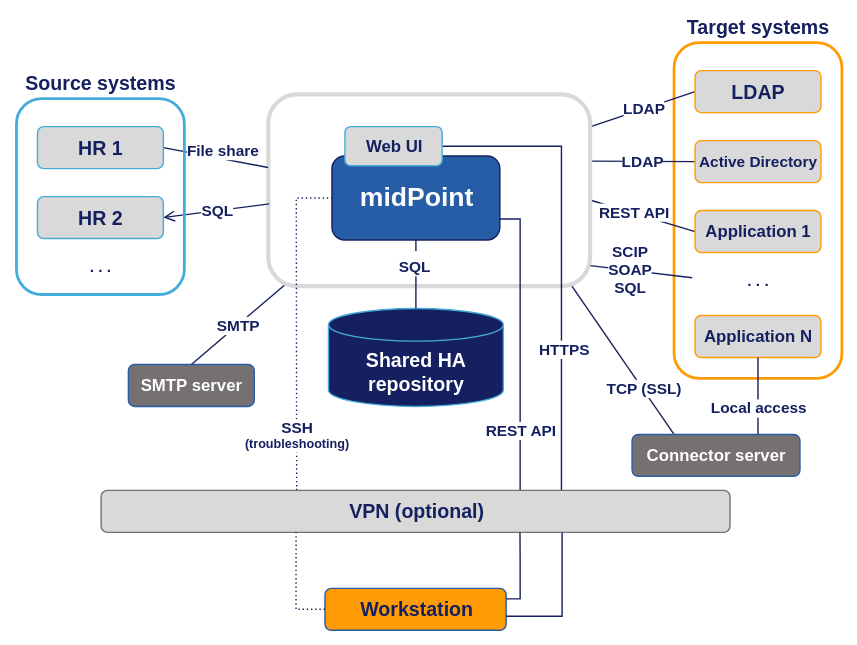
Earlier version of the draw.io export midpoint/install/system-requirements/midpoint-environment-schema-basic.svg (Evolveum/docs). Source tidied: cells renumbered, new cells last; positions are measured from the earlier drawing's top-left corner, leaving out a move shared by most shapes.
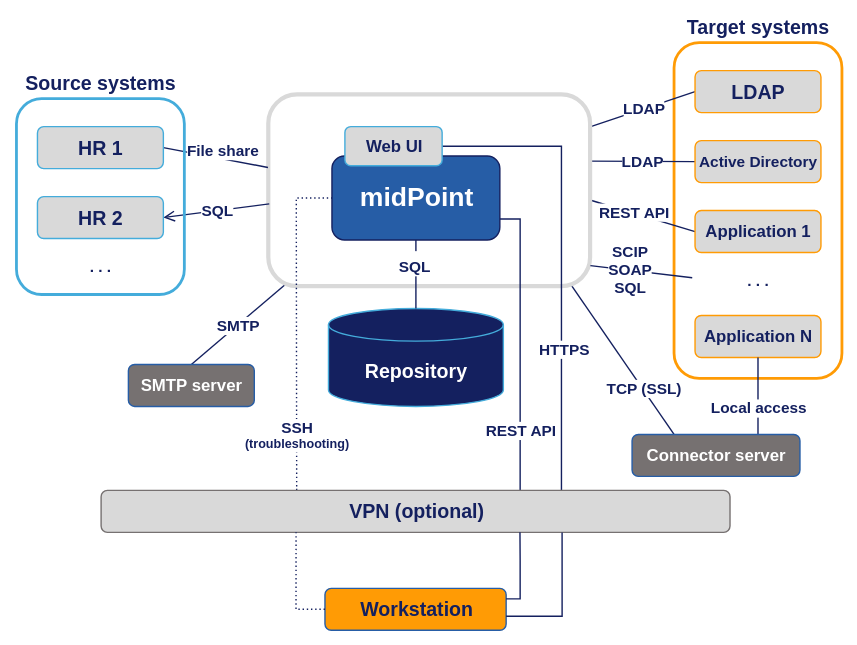
Above is the later version.

Commit message:
Rename "shared HA repository" to just "repository"

this is not a multi-node schema, hence it makes no sense to call the
repo shared and HA

Diff of the diagram source:
```diff
@@ -23,7 +23,7 @@
     <mxCell id="8" style="rounded=1;whiteSpace=wrap;html=1;fillColor=none;strokeWidth=3;strokeColor=#D9D9D9;" parent="1" vertex="1">
       <mxGeometry x="180" y="37" width="230" height="137" as="geometry" />
     </mxCell>
-    <mxCell id="9" value="&lt;div&gt;Shared HA repository&lt;br&gt;&lt;/div&gt;" style="strokeWidth=1;html=1;shape=mxgraph.flowchart.database;whiteSpace=wrap;fillColor=#14205F;fontStyle=1;spacingBottom=-20;strokeColor=#44ACDB;fontColor=#FFFFFF;fontSize=14;" parent="1" vertex="1">
+    <mxCell id="9" value="Repository" style="strokeWidth=1;html=1;shape=mxgraph.flowchart.database;whiteSpace=wrap;fillColor=#14205F;fontStyle=1;spacingBottom=-20;strokeColor=#44ACDB;fontColor=#FFFFFF;fontSize=14;" parent="1" vertex="1">
       <mxGeometry x="223" y="190" width="125" height="70" as="geometry" />
     </mxCell>
     <mxCell id="10" style="rounded=0;html=1;exitX=0.5;exitY=1;exitDx=0;exitDy=0;entryX=0.5;entryY=0;entryDx=0;entryDy=0;entryPerimeter=0;endArrow=none;strokeColor=#14205F;endFill=0;" parent="1" edge="1" source="34" target="9">
```
